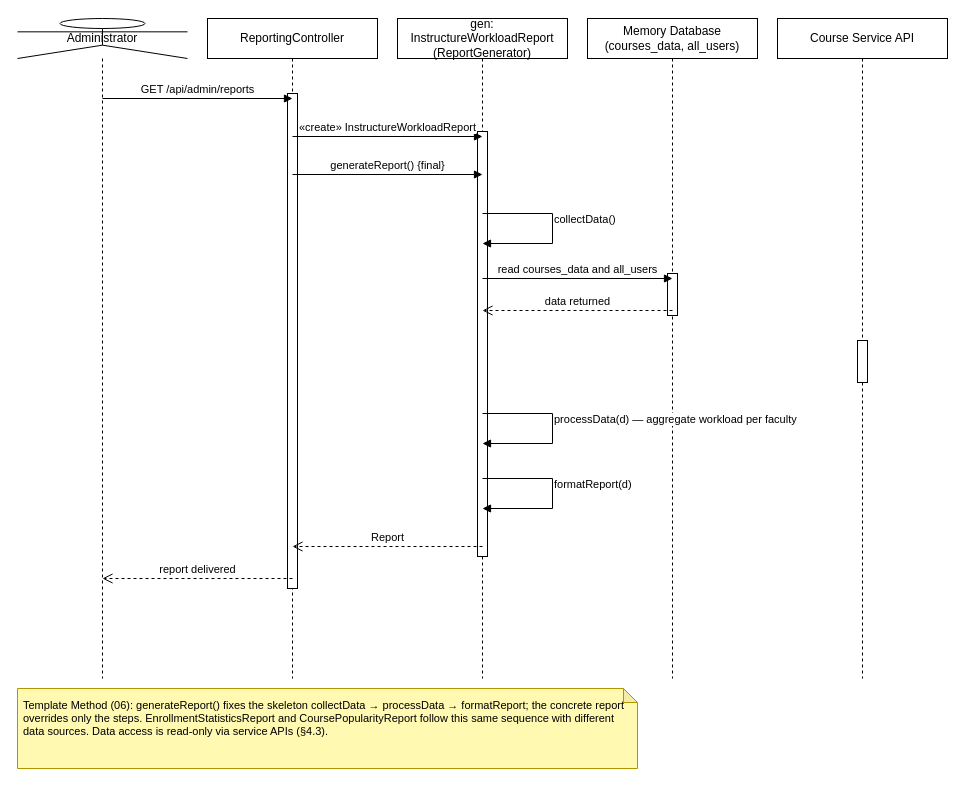
Earlier version of the draw.io diagram Diagrams/Sequence_diagrams/seq-5-report-generation.drawio (Tharusha-dev/soft_architect_redda). Source tidied: cells renumbered, new cells numbered last; positions are measured from the earlier drawing's top-left corner, leaving out a move shared by most shapes. Both pictures are drawn from the tidied source at 100%, with x=0, y=0 at pixel (17, 18).
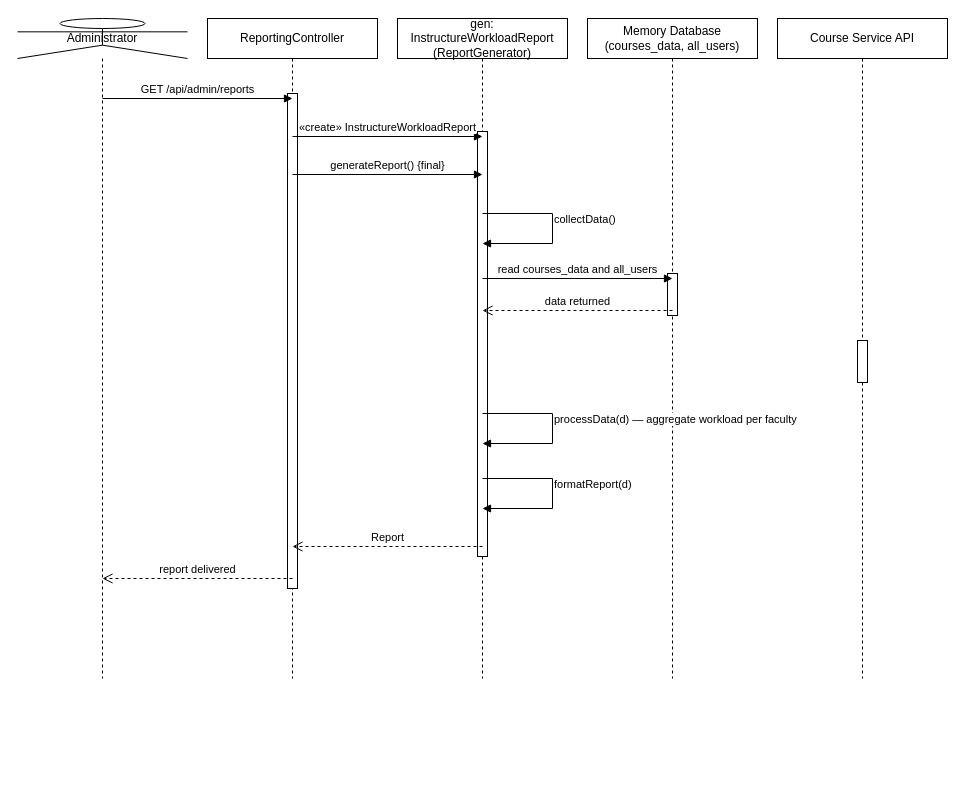
The same diagram, later.

The edit, as a diff of the source:
```diff
@@
-    <mxCell id="21" value="Template Method (06): generateReport() fixes the skeleton collectData → processData → formatReport; the concrete report overrides only the steps. EnrollmentStatisticsReport and CoursePopularityReport follow this same sequence with different data sources. Data access is read-only via service APIs (§4.3)." style="shape=note;whiteSpace=wrap;html=1;backgroundOutline=1;darkOpacity=0.05;fillColor=#FFF9B2;strokeColor=#B09500;size=14;align=left;verticalAlign=top;spacing=6;fontSize=11;" parent="1" vertex="1">
-      <mxGeometry y="670" width="620" height="80" as="geometry" />
-    </mxCell>
```
